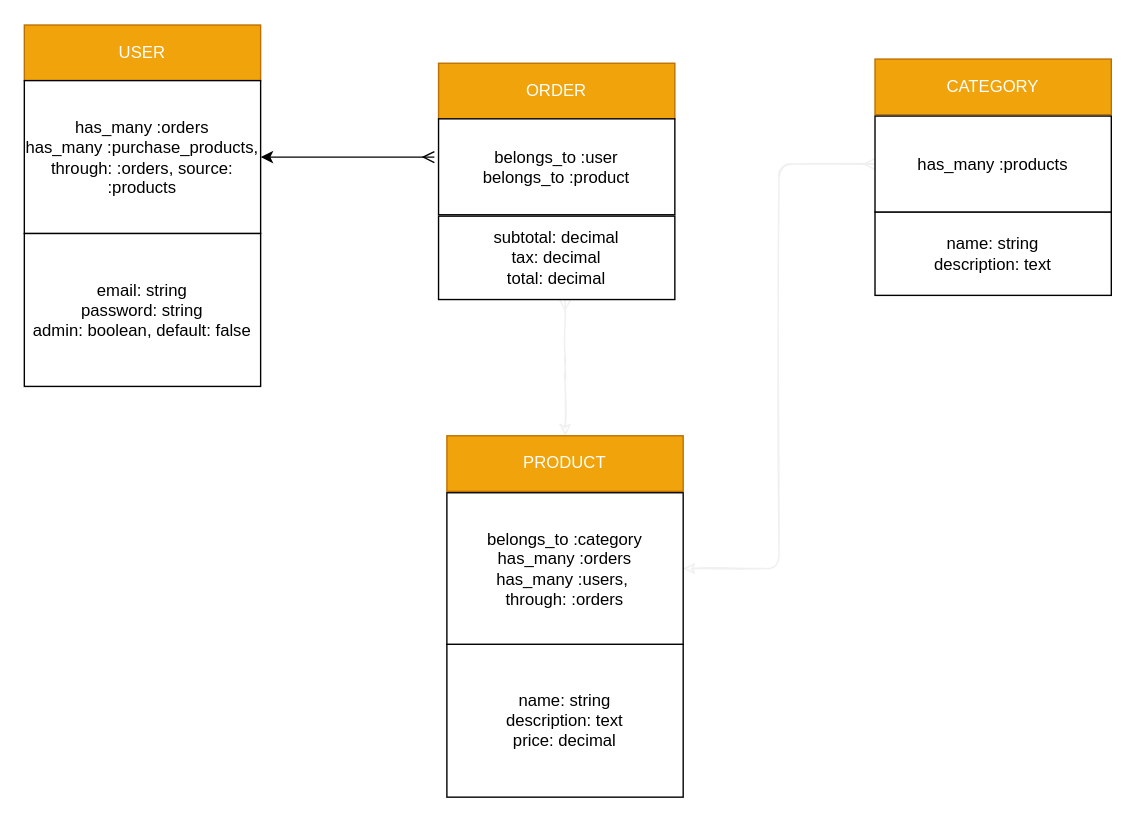
Above: store_table.drawio in redebron20/mumshie-online-store (draw.io), before the change. Source tidied: cells renumbered, new cells numbered last; positions are measured from the earlier drawing's top-left corner, leaving out a move shared by most shapes. Both pictures are drawn from the tidied source at 139%, with x=0, y=0 at pixel (24, 25).
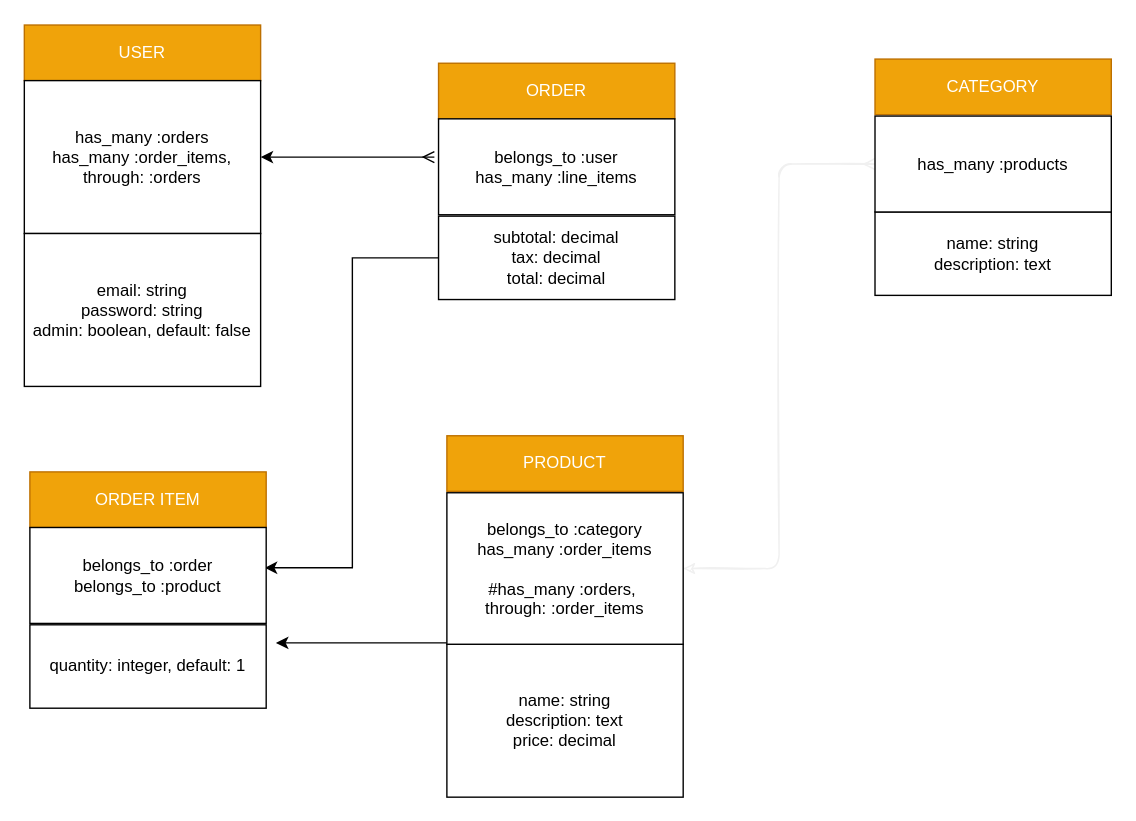
The same diagram, later.

Commit message (it also covers changes not shown here):
Add order_item model that belongs to product and order.

Unchanged cells that the change refers to:
```xml
<mxCell id="7" value="PRODUCT" style="whiteSpace=wrap;html=1;rounded=0;fillColor=#f0a30a;strokeColor=#BD7000;fontColor=#ffffff;" parent="1" vertex="1">
  <mxGeometry x="304" y="295" width="170" height="40" as="geometry" />
</mxCell>
<mxCell id="14" value="subtotal: decimal&lt;br&gt;tax: decimal&lt;br&gt;total: decimal" style="whiteSpace=wrap;html=1;rounded=0;" parent="1" vertex="1">
  <mxGeometry x="298" y="137" width="170" height="60" as="geometry" />
</mxCell>
```

The edit, as a diff of the source:
```diff
@@
-    <mxCell id="4" value="has_many :orders&lt;br&gt;has_many :purchase_products, &lt;br&gt;through: :orders, source: :products&lt;br&gt;" style="whiteSpace=wrap;html=1;rounded=0;" parent="1" vertex="1">
+    <mxCell id="4" value="has_many :orders&lt;br&gt;has_many :order_items, &lt;br&gt;through: :orders" style="whiteSpace=wrap;html=1;rounded=0;" parent="1" vertex="1">
       <mxGeometry y="39.5" width="170" height="110" as="geometry" />
     </mxCell>
@@
-    <mxCell id="6" style="edgeStyle=orthogonalEdgeStyle;rounded=1;sketch=1;jumpSize=4;jettySize=auto;html=1;startArrow=classic;startFill=1;endArrow=ERmany;endFill=0;strokeColor=#f0f0f0;" parent="1" edge="1" source="7">
-      <mxGeometry relative="1" as="geometry">
-        <mxPoint x="389" y="197" as="targetPoint" />
-      </mxGeometry>
-    </mxCell>
@@
+    <mxCell id="17" style="edgeStyle=orthogonalEdgeStyle;rounded=0;jettySize=auto;html=1;" parent="1" edge="1" source="10">
+      <mxGeometry relative="1" as="geometry">
+        <mxPoint x="181" y="444" as="targetPoint" />
+        <Array as="points">
+          <mxPoint x="187" y="444" />
+        </Array>
+      </mxGeometry>
+    </mxCell>
-    <mxCell id="10" value="belongs_to :category&lt;br&gt;has_many :orders&lt;br&gt;has_many :users,&amp;nbsp;&lt;br&gt;through: :orders" style="whiteSpace=wrap;html=1;rounded=0;" parent="1" vertex="1">
+    <mxCell id="10" value="belongs_to :category&lt;br&gt;has_many :order_items&lt;br&gt;&lt;br&gt;#has_many :orders,&amp;nbsp;&lt;br&gt;through: :order_items" style="whiteSpace=wrap;html=1;rounded=0;" parent="1" vertex="1">
       <mxGeometry x="304" y="336" width="170" height="109" as="geometry" />
     </mxCell>
@@
+    <mxCell id="18" style="edgeStyle=orthogonalEdgeStyle;rounded=0;jettySize=auto;html=1;entryX=0.994;entryY=0.42;entryDx=0;entryDy=0;entryPerimeter=0;" parent="1" edge="1" source="14" target="21">
+      <mxGeometry relative="1" as="geometry" />
+    </mxCell>
@@
-    <mxCell id="16" value="belongs_to :user&lt;br&gt;belongs_to :product&lt;br&gt;" style="whiteSpace=wrap;html=1;rounded=0;" parent="1" vertex="1">
+    <mxCell id="16" value="belongs_to :user&lt;br&gt;has_many :line_items" style="whiteSpace=wrap;html=1;rounded=0;" parent="1" vertex="1">
       <mxGeometry x="298" y="67" width="170" height="69" as="geometry" />
     </mxCell>
+    <mxCell id="19" value="quantity: integer, default: 1" style="whiteSpace=wrap;html=1;rounded=0;" parent="1" vertex="1">
+      <mxGeometry x="4" y="431" width="170" height="60" as="geometry" />
+    </mxCell>
+    <mxCell id="20" value="ORDER ITEM" style="whiteSpace=wrap;html=1;rounded=0;fillColor=#f0a30a;strokeColor=#BD7000;fontColor=#ffffff;" parent="1" vertex="1">
+      <mxGeometry x="4" y="321" width="170" height="40" as="geometry" />
+    </mxCell>
+    <mxCell id="21" value="belongs_to :order&lt;br&gt;belongs_to :product" style="whiteSpace=wrap;html=1;rounded=0;" parent="1" vertex="1">
+      <mxGeometry x="4" y="361" width="170" height="69" as="geometry" />
+    </mxCell>
```
